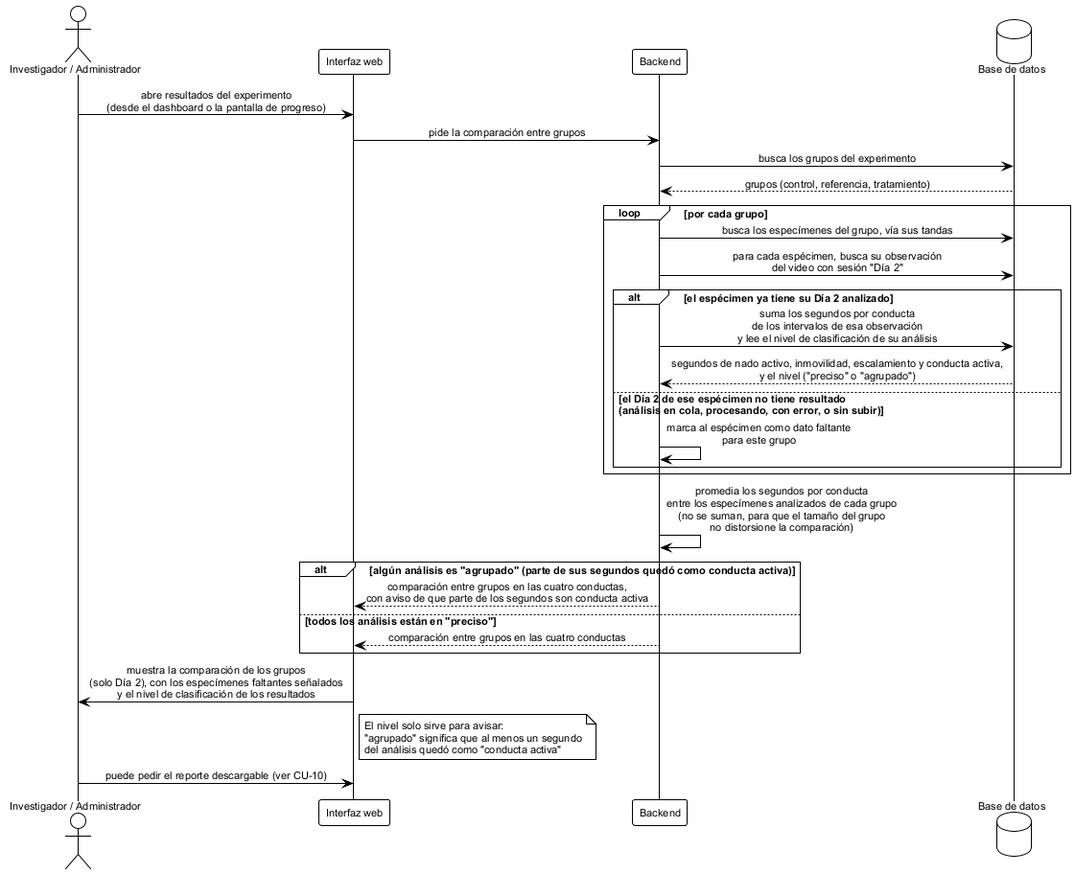
Earlier version of the PlantUML export figures/mermaid/seq_consulta_resultados.png (ErickJester/fst-ai-system-latex).
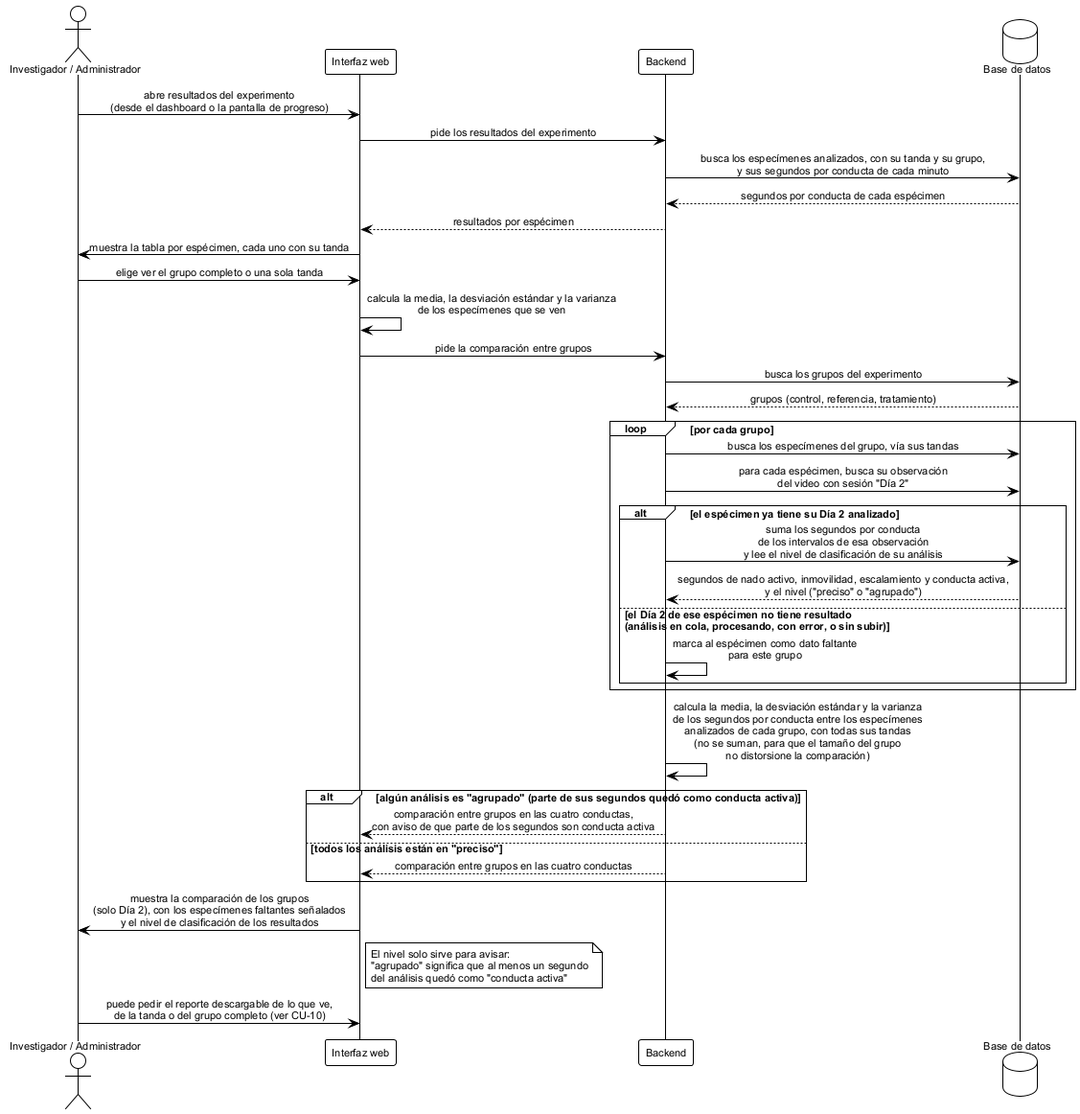
Above is the later version.

What changed in the source:
```diff
@@ -13,6 +13,13 @@
 database "Base de datos" as db
 
 inv -> ui: abre resultados del experimento\n(desde el dashboard o la pantalla de progreso)
+ui -> api: pide los resultados del experimento
+api -> db: busca los especímenes analizados, con su tanda y su grupo,\ny sus segundos por conducta de cada minuto
+db --> api: segundos por conducta de cada espécimen
+api --> ui: resultados por espécimen
+ui -> inv: muestra la tabla por espécimen, cada uno con su tanda
+inv -> ui: elige ver el grupo completo o una sola tanda
+ui -> ui: calcula la media, la desviación estándar y la varianza\nde los especímenes que se ven
 ui -> api: pide la comparación entre grupos
 api -> db: busca los grupos del experimento
 
@@ -30,7 +37,7 @@
   end
 end
 
-api -> api: promedia los segundos por conducta\nentre los especímenes analizados de cada grupo\n(no se suman, para que el tamaño del grupo\nno distorsione la comparación)
+api -> api: calcula la media, la desviación estándar y la varianza\nde los segundos por conducta entre los especímenes\nanalizados de cada grupo, con todas sus tandas\n(no se suman, para que el tamaño del grupo\nno distorsione la comparación)
 
 alt algún análisis es "agrupado" (parte de sus segundos quedó como conducta activa)
   api --> ui: comparación entre grupos en las cuatro conductas,\ncon aviso de que parte de los segundos son conducta activa
@@ -44,6 +51,6 @@
   "agrupado" significa que al menos un segundo
   del análisis quedó como "conducta activa"
 end note
-inv -> ui: puede pedir el reporte descargable (ver CU-10)
+inv -> ui: puede pedir el reporte descargable de lo que ve,\nde la tanda o del grupo completo (ver CU-10)
 
 @enduml
```
